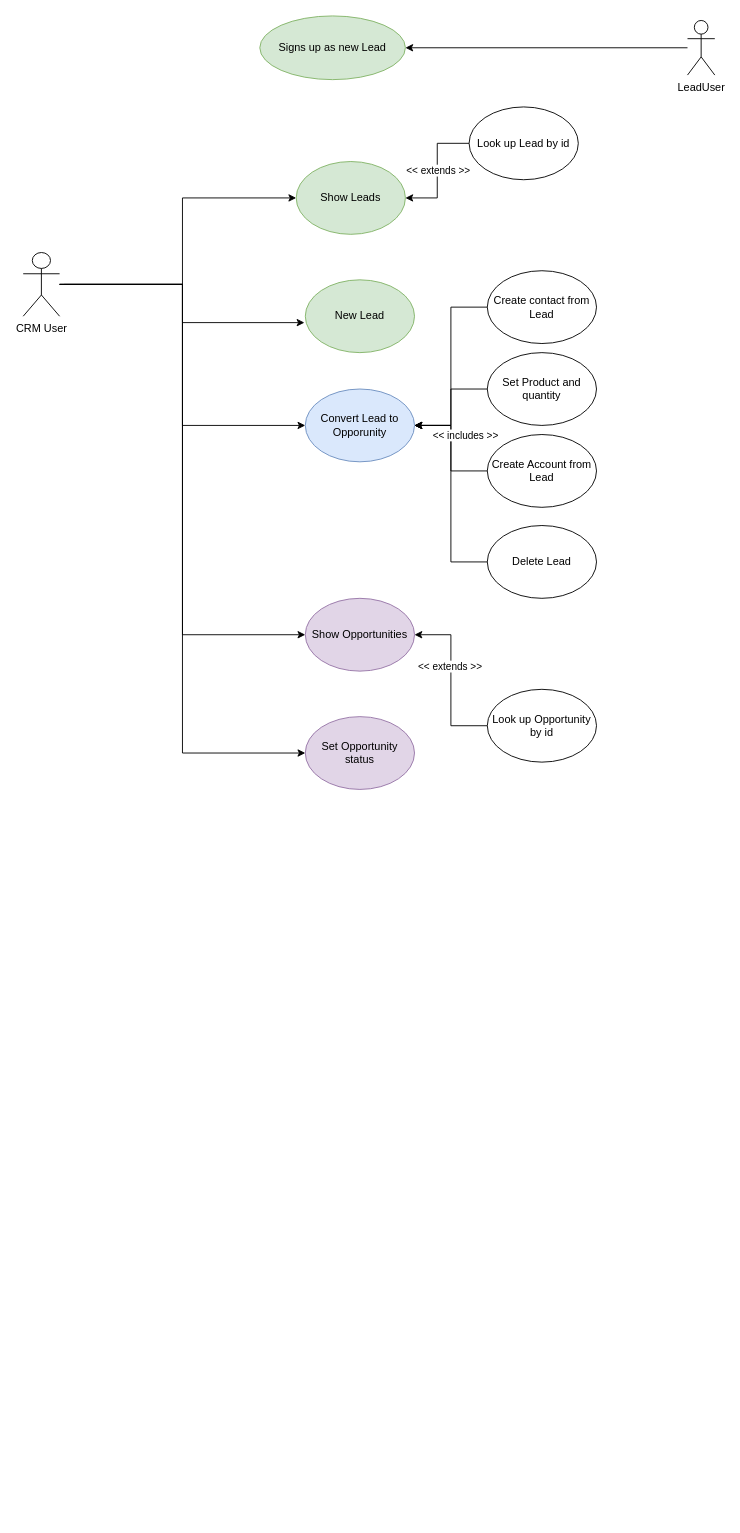
Before: docs/CRM-UseCaseDiagram.drawio in J3-PT-Java-Bootcamp/Team5-CRM-2.0, a draw.io diagram. Source tidied: cells renumbered, new cells numbered last; positions are measured from the earlier drawing's top-left corner, leaving out a move shared by most shapes. Both pictures are drawn from the tidied source at 91%, with x=0, y=0 at pixel (23, 15).
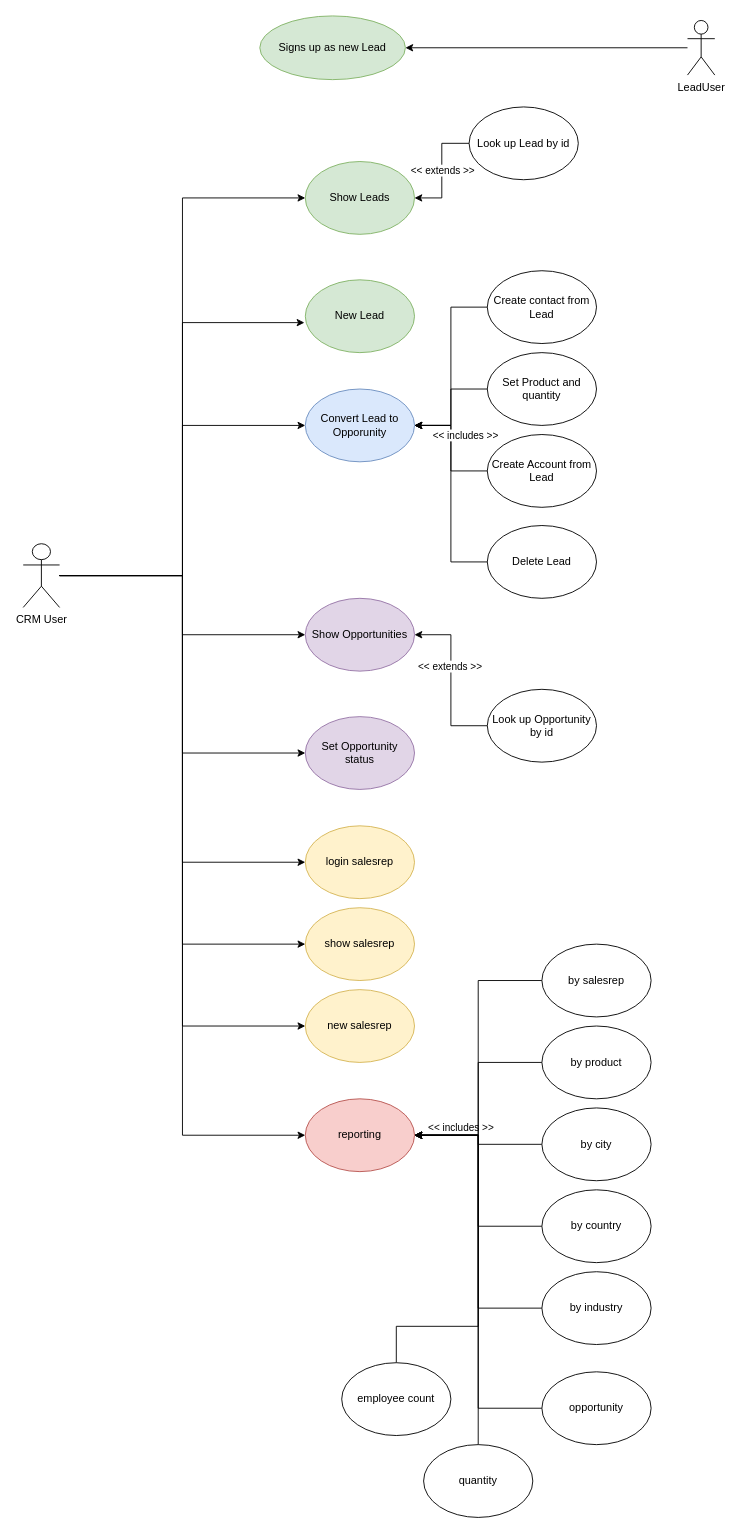
After the change.

Commit message (it also covers changes not shown here):
docs: use case diagram updated

The change refers to these unchanged cells:
```xml
<mxCell id="18" style="edgeStyle=orthogonalEdgeStyle;rounded=0;jettySize=auto;html=1;entryX=1;entryY=0.5;entryDx=0;entryDy=0;" parent="1" edge="1" source="20" target="13">
  <mxGeometry relative="1" as="geometry" />
</mxCell>
```

Diff of the diagram source:
```diff
@@
-    <mxCell id="2" style="edgeStyle=orthogonalEdgeStyle;rounded=0;jettySize=auto;html=1;entryX=0;entryY=0.5;entryDx=0;entryDy=0;" parent="1" edge="1" target="11">
-      <mxGeometry relative="1" as="geometry">
-        <mxPoint x="45" y="295" as="sourcePoint" />
-        <Array as="points">
-          <mxPoint x="175" y="295" />
-          <mxPoint x="175" y="200" />
-        </Array>
-      </mxGeometry>
-    </mxCell>
@@
+    <mxCell id="31" style="edgeStyle=orthogonalEdgeStyle;rounded=0;jettySize=auto;html=1;entryX=0;entryY=0.5;entryDx=0;entryDy=0;" parent="1" edge="1" source="7" target="37">
+      <mxGeometry relative="1" as="geometry" />
+    </mxCell>
+    <mxCell id="32" style="edgeStyle=orthogonalEdgeStyle;rounded=0;jettySize=auto;html=1;entryX=0;entryY=0.5;entryDx=0;entryDy=0;" parent="1" edge="1" source="7" target="11">
+      <mxGeometry relative="1" as="geometry" />
+    </mxCell>
+    <mxCell id="33" style="edgeStyle=orthogonalEdgeStyle;rounded=0;jettySize=auto;html=1;entryX=0;entryY=0.5;entryDx=0;entryDy=0;" parent="1" edge="1" source="7" target="39">
+      <mxGeometry relative="1" as="geometry" />
+    </mxCell>
+    <mxCell id="34" style="edgeStyle=orthogonalEdgeStyle;rounded=0;jettySize=auto;html=1;entryX=0;entryY=0.5;entryDx=0;entryDy=0;" parent="1" edge="1" source="7" target="38">
+      <mxGeometry relative="1" as="geometry" />
+    </mxCell>
+    <mxCell id="35" style="edgeStyle=orthogonalEdgeStyle;rounded=0;jettySize=auto;html=1;entryX=0;entryY=0.5;entryDx=0;entryDy=0;" parent="1" edge="1" source="7" target="40">
+      <mxGeometry relative="1" as="geometry" />
+    </mxCell>
     <mxCell id="7" value="CRM User" style="shape=umlActor;verticalLabelPosition=bottom;verticalAlign=top;html=1;outlineConnect=0;" parent="1" vertex="1">
-      <mxGeometry y="260" width="40" height="70" as="geometry" />
+      <mxGeometry y="580" width="40" height="70" as="geometry" />
     </mxCell>
@@
     <mxCell id="11" value="Show Leads" style="ellipse;whiteSpace=wrap;html=1;fillColor=#d5e8d4;strokeColor=#82b366;" parent="1" vertex="1">
-      <mxGeometry x="300" y="160" width="120" height="80" as="geometry" />
+      <mxGeometry x="310" y="160" width="120" height="80" as="geometry" />
     </mxCell>
@@
+    <mxCell id="36" value="&amp;lt;&amp;lt; includes &amp;gt;&amp;gt;" style="edgeLabel;html=1;align=center;verticalAlign=middle;labelBackgroundColor=#FFFFFF;" parent="18" vertex="1">
+      <mxGeometry x="0.15" relative="1" as="geometry">
+        <mxPoint x="10" y="713" as="offset" />
+      </mxGeometry>
+    </mxCell>
@@
+    <mxCell id="37" value="login salesrep" style="ellipse;whiteSpace=wrap;html=1;fillColor=#fff2cc;strokeColor=#d6b656;" parent="1" vertex="1">
+      <mxGeometry x="310" y="890" width="120" height="80" as="geometry" />
+    </mxCell>
+    <mxCell id="38" value="show salesrep" style="ellipse;whiteSpace=wrap;html=1;fillColor=#fff2cc;strokeColor=#d6b656;" parent="1" vertex="1">
+      <mxGeometry x="310" y="980" width="120" height="80" as="geometry" />
+    </mxCell>
+    <mxCell id="39" value="new salesrep" style="ellipse;whiteSpace=wrap;html=1;fillColor=#fff2cc;strokeColor=#d6b656;" parent="1" vertex="1">
+      <mxGeometry x="310" y="1070" width="120" height="80" as="geometry" />
+    </mxCell>
+    <mxCell id="40" value="reporting" style="ellipse;whiteSpace=wrap;html=1;fillColor=#f8cecc;strokeColor=#b85450;" parent="1" vertex="1">
+      <mxGeometry x="310" y="1190" width="120" height="80" as="geometry" />
+    </mxCell>
+    <mxCell id="41" style="edgeStyle=orthogonalEdgeStyle;rounded=0;jettySize=auto;html=1;entryX=1;entryY=0.5;entryDx=0;entryDy=0;" parent="1" edge="1" source="42" target="40">
+      <mxGeometry relative="1" as="geometry" />
+    </mxCell>
+    <mxCell id="42" value="by salesrep" style="ellipse;whiteSpace=wrap;html=1;" parent="1" vertex="1">
+      <mxGeometry x="570" y="1020" width="120" height="80" as="geometry" />
+    </mxCell>
+    <mxCell id="43" style="edgeStyle=orthogonalEdgeStyle;rounded=0;jettySize=auto;html=1;entryX=1;entryY=0.5;entryDx=0;entryDy=0;" parent="1" edge="1" source="44" target="40">
+      <mxGeometry relative="1" as="geometry" />
+    </mxCell>
+    <mxCell id="44" value="by product" style="ellipse;whiteSpace=wrap;html=1;" parent="1" vertex="1">
+      <mxGeometry x="570" y="1110" width="120" height="80" as="geometry" />
+    </mxCell>
+    <mxCell id="45" style="edgeStyle=orthogonalEdgeStyle;rounded=0;jettySize=auto;html=1;entryX=1;entryY=0.5;entryDx=0;entryDy=0;" parent="1" edge="1" source="46" target="40">
+      <mxGeometry relative="1" as="geometry" />
+    </mxCell>
+    <mxCell id="46" value="by city" style="ellipse;whiteSpace=wrap;html=1;" parent="1" vertex="1">
+      <mxGeometry x="570" y="1200" width="120" height="80" as="geometry" />
+    </mxCell>
+    <mxCell id="47" style="edgeStyle=orthogonalEdgeStyle;rounded=0;jettySize=auto;html=1;entryX=1;entryY=0.5;entryDx=0;entryDy=0;" parent="1" edge="1" source="48" target="40">
+      <mxGeometry relative="1" as="geometry" />
+    </mxCell>
+    <mxCell id="48" value="by country" style="ellipse;whiteSpace=wrap;html=1;" parent="1" vertex="1">
+      <mxGeometry x="570" y="1290" width="120" height="80" as="geometry" />
+    </mxCell>
+    <mxCell id="49" style="edgeStyle=orthogonalEdgeStyle;rounded=0;jettySize=auto;html=1;entryX=1;entryY=0.5;entryDx=0;entryDy=0;" parent="1" edge="1" source="50" target="40">
+      <mxGeometry relative="1" as="geometry" />
+    </mxCell>
+    <mxCell id="50" value="by industry" style="ellipse;whiteSpace=wrap;html=1;" parent="1" vertex="1">
+      <mxGeometry x="570" y="1380" width="120" height="80" as="geometry" />
+    </mxCell>
+    <mxCell id="51" style="edgeStyle=orthogonalEdgeStyle;rounded=0;jettySize=auto;html=1;entryX=1;entryY=0.5;entryDx=0;entryDy=0;" parent="1" edge="1" source="52" target="40">
+      <mxGeometry relative="1" as="geometry" />
+    </mxCell>
+    <mxCell id="52" value="opportunity" style="ellipse;whiteSpace=wrap;html=1;" parent="1" vertex="1">
+      <mxGeometry x="570" y="1490" width="120" height="80" as="geometry" />
+    </mxCell>
+    <mxCell id="53" style="edgeStyle=orthogonalEdgeStyle;rounded=0;jettySize=auto;html=1;entryX=1;entryY=0.5;entryDx=0;entryDy=0;exitX=0.5;exitY=0;exitDx=0;exitDy=0;" parent="1" edge="1" source="54" target="40">
+      <mxGeometry relative="1" as="geometry">
+        <Array as="points">
+          <mxPoint x="500" y="1230" />
+        </Array>
+      </mxGeometry>
+    </mxCell>
+    <mxCell id="54" value="quantity" style="ellipse;whiteSpace=wrap;html=1;" parent="1" vertex="1">
+      <mxGeometry x="440" y="1570" width="120" height="80" as="geometry" />
+    </mxCell>
+    <mxCell id="55" style="edgeStyle=orthogonalEdgeStyle;rounded=0;jettySize=auto;html=1;entryX=1;entryY=0.5;entryDx=0;entryDy=0;" parent="1" edge="1" source="56" target="40">
+      <mxGeometry relative="1" as="geometry">
+        <Array as="points">
+          <mxPoint x="410" y="1440" />
+          <mxPoint x="500" y="1440" />
+          <mxPoint x="500" y="1230" />
+        </Array>
+      </mxGeometry>
+    </mxCell>
+    <mxCell id="56" value="employee count" style="ellipse;whiteSpace=wrap;html=1;" parent="1" vertex="1">
+      <mxGeometry x="350" y="1480" width="120" height="80" as="geometry" />
+    </mxCell>
```
